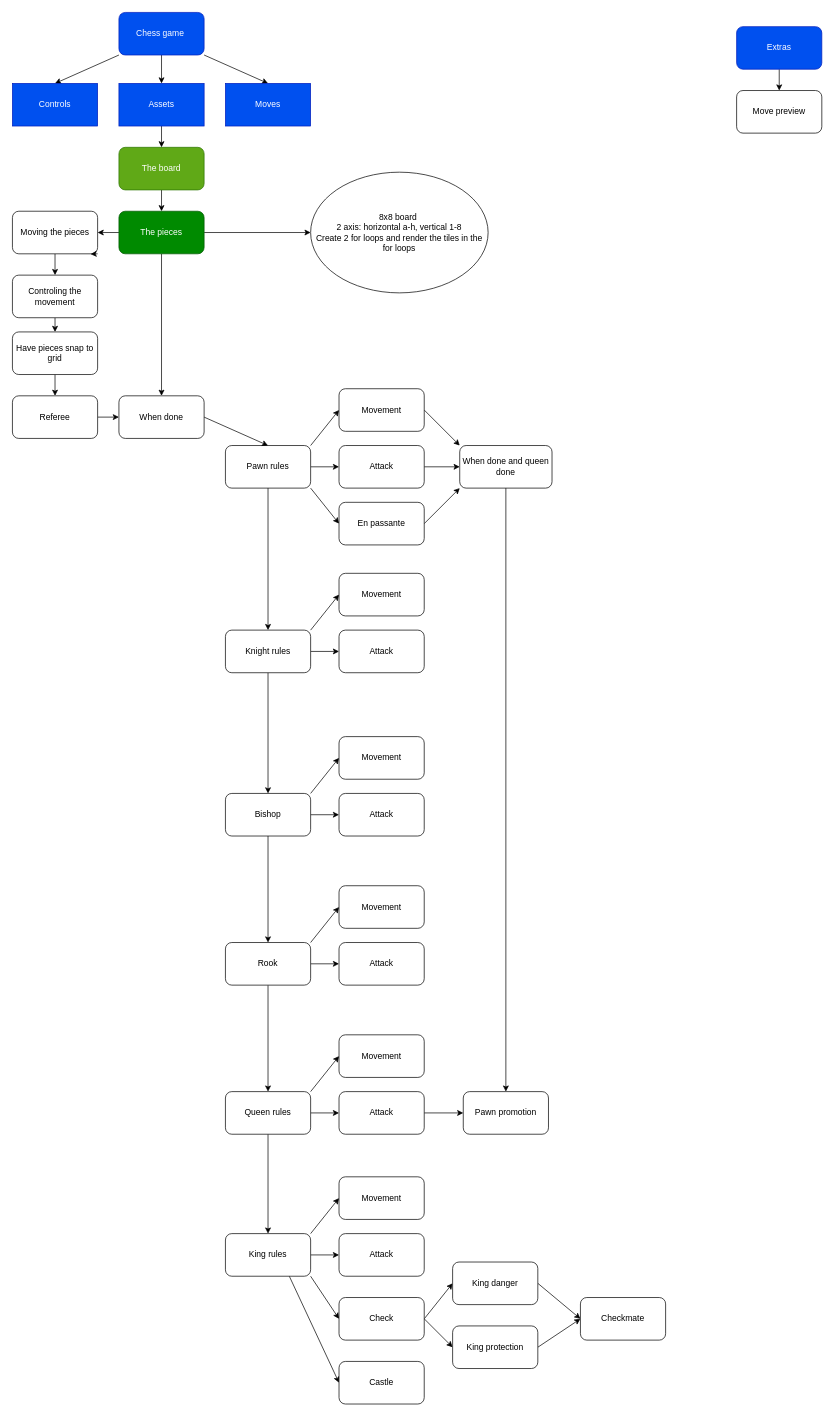
Above: plan.drawio in StolenMango/Chess-game (draw.io), before the change. Source tidied: cells renumbered, new cells numbered last; positions are measured from the earlier drawing's top-left corner, leaving out a move shared by most shapes. Both pictures are drawn from the tidied source at 71%, with x=0, y=0 at pixel (12, 12).
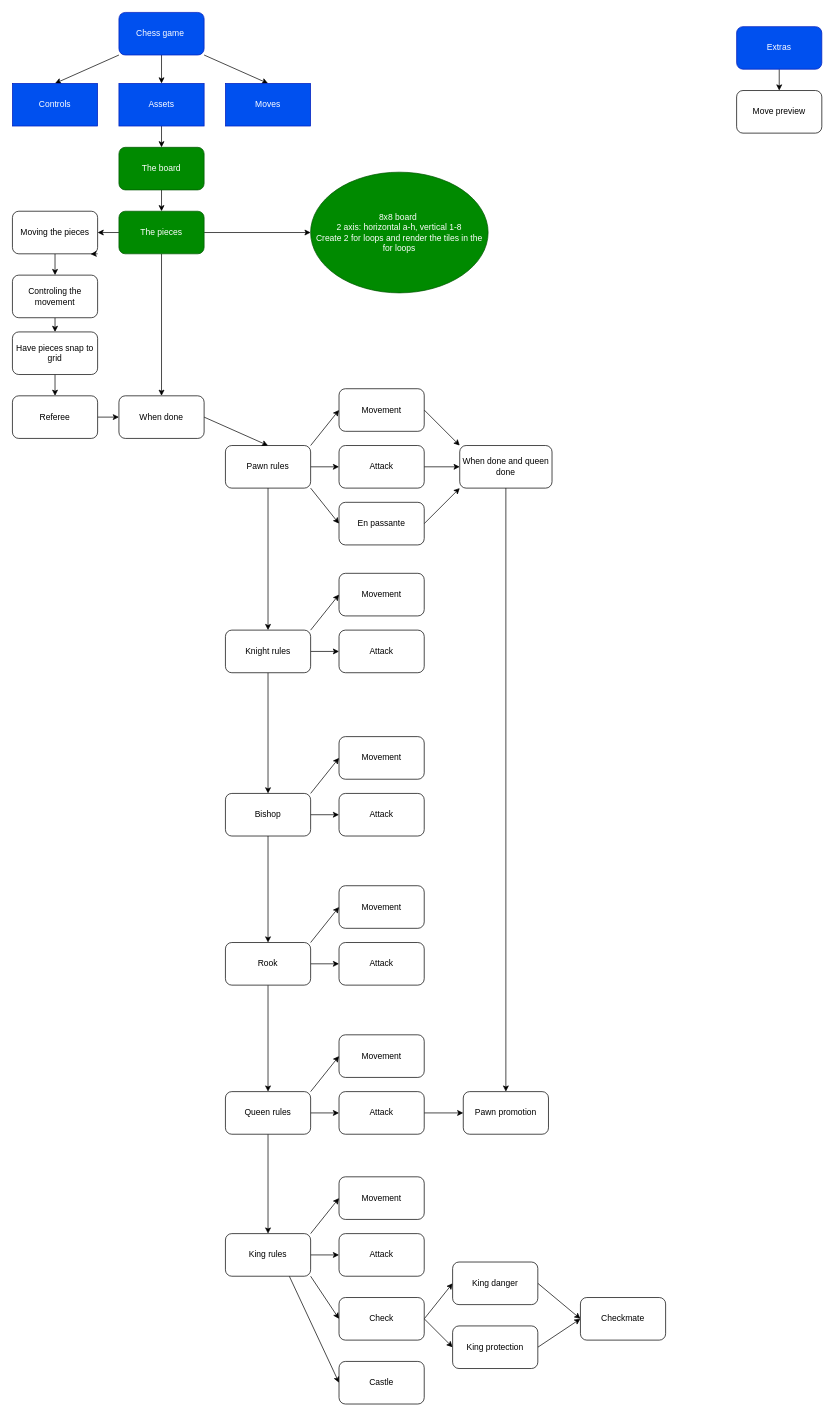
The same page after the edit.

Change to the diagram source:
```diff
@@
-    <mxCell id="7" value="The board" style="rounded=1;whiteSpace=wrap;html=1;fillColor=#60a917;fontColor=#ffffff;strokeColor=#2D7600;" parent="1" vertex="1">
+    <mxCell id="7" value="The board" style="rounded=1;whiteSpace=wrap;html=1;fillColor=#008a00;fontColor=#ffffff;strokeColor=#005700;" parent="1" vertex="1">
       <mxGeometry x="150" y="190" width="120" height="60" as="geometry" />
     </mxCell>
@@
-    <mxCell id="85" value="8x8 board&amp;nbsp;&lt;br&gt;2 axis: horizontal a-h, vertical 1-8&lt;br&gt;Create 2 for loops and render the tiles in the for loops" style="ellipse;whiteSpace=wrap;html=1;" parent="1" vertex="1">
+    <mxCell id="85" value="8x8 board&amp;nbsp;&lt;br&gt;2 axis: horizontal a-h, vertical 1-8&lt;br&gt;Create 2 for loops and render the tiles in the for loops" style="ellipse;whiteSpace=wrap;html=1;fillColor=#008a00;fontColor=#ffffff;strokeColor=#005700;" parent="1" vertex="1">
       <mxGeometry x="420" y="225" width="250" height="170" as="geometry" />
     </mxCell>
```
